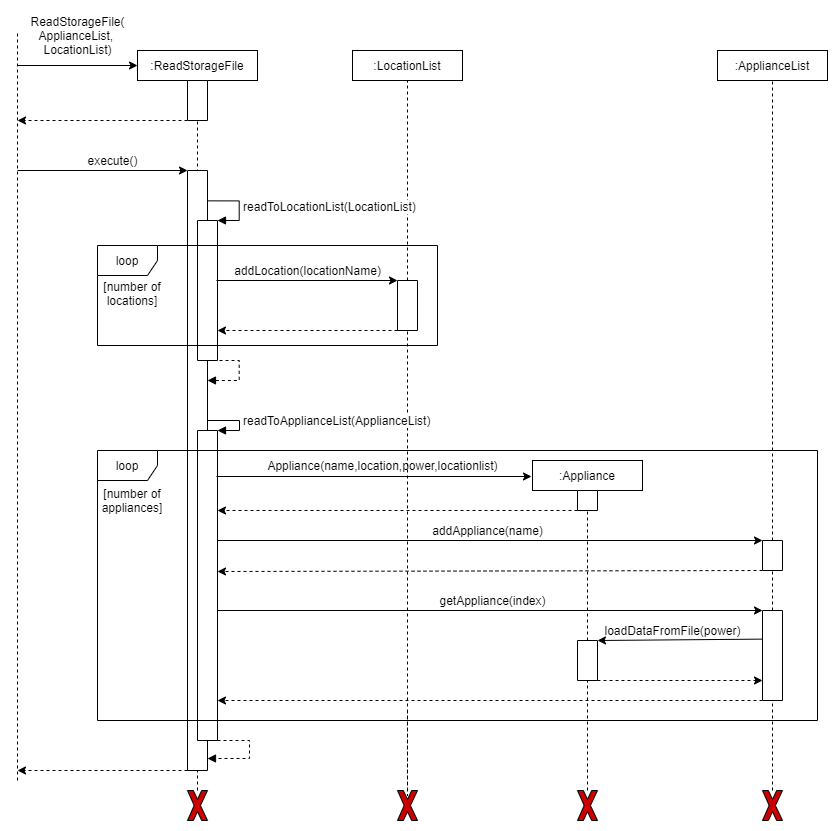
Earlier version of the draw.io export docs/images/diagrams/Sequence_ReadStorageFile.png (nus-cs2113-AY2021S1/tp). Source tidied: cells renumbered, new cells last; positions are measured from the earlier drawing's top-left corner, leaving out a move shared by most shapes. Its diagram source:
```xml
<mxGraphModel>
  <root>
    <mxCell id="0" />
    <mxCell id="1" parent="0" />
    <mxCell id="2" style="endArrow=none;dashed=1;html=1;entryX=1;entryY=0.5;entryDx=0;entryDy=0;" parent="1" edge="1" source="19" target="50">
      <mxGeometry relative="1" as="geometry" />
    </mxCell>
    <mxCell id="3" style="endArrow=none;dashed=1;html=1;entryX=0.5;entryY=1;entryDx=0;entryDy=0;" parent="1" edge="1" source="50" target="4">
      <mxGeometry relative="1" as="geometry" />
    </mxCell>
    <mxCell id="4" value=":ReadStorageFile" style="rounded=0;whiteSpace=wrap;html=1;" parent="1" vertex="1">
      <mxGeometry x="120" y="40" width="120" height="30" as="geometry" />
    </mxCell>
    <mxCell id="5" style="rounded=0;whiteSpace=wrap;html=1;direction=west;" parent="1" vertex="1">
      <mxGeometry x="170" y="160" width="20" height="600" as="geometry" />
    </mxCell>
    <mxCell id="6" style="rounded=0;whiteSpace=wrap;html=1;direction=south;" parent="1" vertex="1">
      <mxGeometry x="180" y="210" width="20" height="140" as="geometry" />
    </mxCell>
    <mxCell id="7" style="rounded=0;whiteSpace=wrap;html=1;direction=south;" parent="1" vertex="1">
      <mxGeometry x="180" y="420" width="20" height="310" as="geometry" />
    </mxCell>
    <mxCell id="8" style="endArrow=classic;html=1;entryX=0;entryY=0.5;entryDx=0;entryDy=0;" parent="1" edge="1" target="4">
      <mxGeometry relative="1" as="geometry">
        <mxPoint y="55" as="sourcePoint" />
      </mxGeometry>
    </mxCell>
    <mxCell id="9" style="endArrow=classic;html=1;dashed=1;exitX=1;exitY=1;exitDx=0;exitDy=0;" parent="1" edge="1" source="50">
      <mxGeometry relative="1" as="geometry">
        <mxPoint y="110" as="targetPoint" />
      </mxGeometry>
    </mxCell>
    <mxCell id="10" style="endArrow=none;dashed=1;html=1;" parent="1" edge="1">
      <mxGeometry relative="1" as="geometry">
        <mxPoint y="770" as="sourcePoint" />
        <mxPoint y="20" as="targetPoint" />
      </mxGeometry>
    </mxCell>
    <mxCell id="11" value="ReadStorageFile(&lt;br&gt;ApplianceList, &lt;br&gt;LocationList)" style="text;html=1;align=center;verticalAlign=middle;" parent="1" vertex="1">
      <mxGeometry x="5" width="110" height="50" as="geometry" />
    </mxCell>
    <mxCell id="12" style="endArrow=classic;html=1;entryX=1;entryY=1;entryDx=0;entryDy=0;" parent="1" edge="1" target="5">
      <mxGeometry relative="1" as="geometry">
        <mxPoint y="160" as="sourcePoint" />
      </mxGeometry>
    </mxCell>
    <mxCell id="13" value="execute()" style="text;html=1;align=center;verticalAlign=middle;" parent="1" vertex="1">
      <mxGeometry x="60" y="140" width="70" height="20" as="geometry" />
    </mxCell>
    <mxCell id="14" style="endArrow=classic;html=1;exitX=1;exitY=0;exitDx=0;exitDy=0;dashed=1;" parent="1" edge="1" source="5">
      <mxGeometry relative="1" as="geometry">
        <mxPoint y="760" as="targetPoint" />
      </mxGeometry>
    </mxCell>
    <mxCell id="15" style="endArrow=classic;html=1;" parent="1" edge="1">
      <mxGeometry relative="1" as="geometry">
        <mxPoint x="199" y="466" as="sourcePoint" />
        <mxPoint x="514" y="466" as="targetPoint" />
      </mxGeometry>
    </mxCell>
    <mxCell id="16" value=":LocationList" style="rounded=0;whiteSpace=wrap;html=1;" parent="1" vertex="1">
      <mxGeometry x="335" y="40" width="110" height="30" as="geometry" />
    </mxCell>
    <mxCell id="17" value=":Appliance" style="rounded=0;whiteSpace=wrap;html=1;" parent="1" vertex="1">
      <mxGeometry x="515" y="450" width="110" height="30" as="geometry" />
    </mxCell>
    <mxCell id="18" style="endArrow=none;dashed=1;html=1;entryX=0.5;entryY=1;entryDx=0;entryDy=0;" parent="1" edge="1" source="23" target="16">
      <mxGeometry relative="1" as="geometry" />
    </mxCell>
    <mxCell id="19" style="verticalLabelPosition=bottom;verticalAlign=top;html=1;shape=mxgraph.basic.x;fillColor=#CC0000;" parent="1" vertex="1">
      <mxGeometry x="170" y="780" width="20" height="30" as="geometry" />
    </mxCell>
    <mxCell id="20" style="verticalLabelPosition=bottom;verticalAlign=top;html=1;shape=mxgraph.basic.x;fillColor=#CC0000;" parent="1" vertex="1">
      <mxGeometry x="380" y="780" width="20" height="30" as="geometry" />
    </mxCell>
    <mxCell id="21" style="endArrow=none;dashed=1;html=1;" parent="1" edge="1">
      <mxGeometry relative="1" as="geometry">
        <mxPoint x="390" y="700" as="sourcePoint" />
        <mxPoint x="390" y="785" as="targetPoint" />
      </mxGeometry>
    </mxCell>
    <mxCell id="22" style="verticalLabelPosition=bottom;verticalAlign=top;html=1;shape=mxgraph.basic.x;fillColor=#CC0000;" parent="1" vertex="1">
      <mxGeometry x="560" y="780" width="20" height="30" as="geometry" />
    </mxCell>
    <mxCell id="23" style="rounded=0;whiteSpace=wrap;html=1;direction=south;" parent="1" vertex="1">
      <mxGeometry x="380" y="270" width="20" height="50" as="geometry" />
    </mxCell>
    <mxCell id="24" style="endArrow=none;dashed=1;html=1;" parent="1" edge="1" source="20" target="23">
      <mxGeometry relative="1" as="geometry" />
    </mxCell>
    <mxCell id="25" style="endArrow=classic;html=1;entryX=0;entryY=1;entryDx=0;entryDy=0;" parent="1" edge="1" target="23">
      <mxGeometry relative="1" as="geometry">
        <mxPoint x="199" y="270" as="sourcePoint" />
      </mxGeometry>
    </mxCell>
    <mxCell id="26" value="addLocation(locationName)" style="text;html=1;align=center;verticalAlign=middle;" parent="1" vertex="1">
      <mxGeometry x="210" y="250" width="160" height="20" as="geometry" />
    </mxCell>
    <mxCell id="27" style="endArrow=classic;html=1;exitX=1;exitY=1;exitDx=0;exitDy=0;dashed=1;" parent="1" edge="1" source="23">
      <mxGeometry relative="1" as="geometry">
        <mxPoint x="200" y="320" as="targetPoint" />
      </mxGeometry>
    </mxCell>
    <mxCell id="28" style="edgeStyle=orthogonalEdgeStyle;rounded=0;orthogonalLoop=1;jettySize=auto;html=1;exitX=0.5;exitY=1;exitDx=0;exitDy=0;dashed=1;" parent="1" edge="1">
      <mxGeometry relative="1" as="geometry">
        <mxPoint x="100" y="270" as="sourcePoint" />
        <mxPoint x="100" y="270" as="targetPoint" />
      </mxGeometry>
    </mxCell>
    <mxCell id="29" style="rounded=0;whiteSpace=wrap;html=1;direction=south;" parent="1" vertex="1">
      <mxGeometry x="560" y="480" width="20" height="20" as="geometry" />
    </mxCell>
    <mxCell id="30" style="endArrow=none;dashed=1;html=1;entryX=0.5;entryY=1;entryDx=0;entryDy=0;" parent="1" edge="1" source="29" target="17">
      <mxGeometry relative="1" as="geometry" />
    </mxCell>
    <mxCell id="31" style="endArrow=none;dashed=1;html=1;entryX=1;entryY=0.5;entryDx=0;entryDy=0;" parent="1" edge="1" source="43" target="29">
      <mxGeometry relative="1" as="geometry" />
    </mxCell>
    <mxCell id="32" value=":ApplianceList" style="rounded=0;whiteSpace=wrap;html=1;" parent="1" vertex="1">
      <mxGeometry x="700" y="40" width="110" height="30" as="geometry" />
    </mxCell>
    <mxCell id="33" style="endArrow=none;dashed=1;html=1;entryX=0.5;entryY=1;entryDx=0;entryDy=0;" parent="1" edge="1" source="34" target="32">
      <mxGeometry relative="1" as="geometry" />
    </mxCell>
    <mxCell id="34" style="rounded=0;whiteSpace=wrap;html=1;direction=south;" parent="1" vertex="1">
      <mxGeometry x="745" y="530" width="20" height="30" as="geometry" />
    </mxCell>
    <mxCell id="35" style="endArrow=none;dashed=1;html=1;entryX=1;entryY=0.5;entryDx=0;entryDy=0;" parent="1" edge="1" source="40" target="34">
      <mxGeometry relative="1" as="geometry" />
    </mxCell>
    <mxCell id="36" style="endArrow=classic;html=1;entryX=0;entryY=1;entryDx=0;entryDy=0;" parent="1" edge="1" target="34">
      <mxGeometry relative="1" as="geometry">
        <mxPoint x="200" y="530" as="sourcePoint" />
      </mxGeometry>
    </mxCell>
    <mxCell id="37" style="endArrow=classic;html=1;exitX=1;exitY=1;exitDx=0;exitDy=0;dashed=1;" parent="1" edge="1" source="34">
      <mxGeometry relative="1" as="geometry">
        <mxPoint x="200" y="561" as="targetPoint" />
      </mxGeometry>
    </mxCell>
    <mxCell id="38" value="addAppliance(name)" style="text;html=1;align=center;verticalAlign=middle;" parent="1" vertex="1">
      <mxGeometry x="405" y="510" width="130" height="20" as="geometry" />
    </mxCell>
    <mxCell id="39" style="verticalLabelPosition=bottom;verticalAlign=top;html=1;shape=mxgraph.basic.x;fillColor=#CC0000;" parent="1" vertex="1">
      <mxGeometry x="745" y="780" width="20" height="30" as="geometry" />
    </mxCell>
    <mxCell id="40" style="rounded=0;whiteSpace=wrap;html=1;direction=south;" parent="1" vertex="1">
      <mxGeometry x="745" y="600" width="20" height="90" as="geometry" />
    </mxCell>
    <mxCell id="41" style="endArrow=none;dashed=1;html=1;entryX=1;entryY=0.5;entryDx=0;entryDy=0;" parent="1" edge="1" source="39" target="40">
      <mxGeometry relative="1" as="geometry" />
    </mxCell>
    <mxCell id="42" style="endArrow=classic;html=1;entryX=0;entryY=1;entryDx=0;entryDy=0;" parent="1" edge="1" target="40">
      <mxGeometry relative="1" as="geometry">
        <mxPoint x="200" y="600" as="sourcePoint" />
      </mxGeometry>
    </mxCell>
    <mxCell id="43" style="rounded=0;whiteSpace=wrap;html=1;direction=south;" parent="1" vertex="1">
      <mxGeometry x="560" y="630" width="20" height="40" as="geometry" />
    </mxCell>
    <mxCell id="44" style="endArrow=none;dashed=1;html=1;entryX=1;entryY=0.5;entryDx=0;entryDy=0;" parent="1" edge="1" source="22" target="43">
      <mxGeometry relative="1" as="geometry" />
    </mxCell>
    <mxCell id="45" style="endArrow=classic;html=1;entryX=0;entryY=0;entryDx=0;entryDy=0;exitX=0.318;exitY=1;exitDx=0;exitDy=0;exitPerimeter=0;" parent="1" edge="1" source="40" target="43">
      <mxGeometry relative="1" as="geometry" />
    </mxCell>
    <mxCell id="46" style="endArrow=classic;html=1;exitX=1;exitY=0;exitDx=0;exitDy=0;dashed=1;" parent="1" edge="1" source="43">
      <mxGeometry relative="1" as="geometry">
        <mxPoint x="745" y="670" as="targetPoint" />
      </mxGeometry>
    </mxCell>
    <mxCell id="47" style="endArrow=classic;html=1;dashed=1;exitX=1;exitY=1;exitDx=0;exitDy=0;" parent="1" edge="1" source="40">
      <mxGeometry relative="1" as="geometry">
        <mxPoint x="200" y="690" as="targetPoint" />
      </mxGeometry>
    </mxCell>
    <mxCell id="48" value="getAppliance(index)" style="text;html=1;align=center;verticalAlign=middle;" parent="1" vertex="1">
      <mxGeometry x="415" y="580" width="120" height="20" as="geometry" />
    </mxCell>
    <mxCell id="49" value="loadDataFromFile(power)" style="text;html=1;align=center;verticalAlign=middle;" parent="1" vertex="1">
      <mxGeometry x="580" y="610" width="150" height="20" as="geometry" />
    </mxCell>
    <mxCell id="50" style="rounded=0;whiteSpace=wrap;html=1;direction=south;" parent="1" vertex="1">
      <mxGeometry x="170" y="70" width="20" height="40" as="geometry" />
    </mxCell>
    <mxCell id="51" value="Appliance(name,location,power,locationlist)" style="text;html=1;align=center;verticalAlign=middle;" parent="1" vertex="1">
      <mxGeometry x="240" y="445" width="250" height="20" as="geometry" />
    </mxCell>
    <mxCell id="52" value="[number of appliances]" style="text;html=1;strokeColor=none;fillColor=none;align=center;verticalAlign=middle;whiteSpace=wrap;rounded=0;" parent="1" vertex="1">
      <mxGeometry x="80" y="480" width="70" height="20" as="geometry" />
    </mxCell>
    <mxCell id="53" value="[number of locations]" style="text;html=1;strokeColor=none;fillColor=none;align=center;verticalAlign=middle;whiteSpace=wrap;rounded=0;" parent="1" vertex="1">
      <mxGeometry x="80" y="270" width="70" height="25" as="geometry" />
    </mxCell>
    <mxCell id="54" style="endArrow=classic;html=1;dashed=1;exitX=1;exitY=1;exitDx=0;exitDy=0;" parent="1" edge="1" source="29">
      <mxGeometry relative="1" as="geometry">
        <mxPoint x="200" y="500" as="targetPoint" />
      </mxGeometry>
    </mxCell>
    <mxCell id="55" value="loop" style="shape=umlFrame;whiteSpace=wrap;html=1;" parent="1" vertex="1">
      <mxGeometry x="80" y="235" width="340" height="100" as="geometry" />
    </mxCell>
    <mxCell id="56" style="edgeStyle=orthogonalEdgeStyle;html=1;align=left;spacingLeft=2;endArrow=block;rounded=0;fontSize=10;fontColor=#000000;exitX=0.952;exitY=0.074;exitDx=0;exitDy=0;exitPerimeter=0;dashed=1;" parent="1" edge="1">
      <mxGeometry relative="1" as="geometry">
        <mxPoint x="190" y="350" as="sourcePoint" />
        <mxPoint x="190" y="370" as="targetPoint" />
        <Array as="points">
          <mxPoint x="221.7" y="349.6" />
          <mxPoint x="221.7" y="369.6" />
        </Array>
      </mxGeometry>
    </mxCell>
    <mxCell id="57" value="&lt;font style=&quot;font-size: 12px&quot;&gt;readToLocationList(LocationList)&lt;/font&gt;" style="edgeStyle=orthogonalEdgeStyle;html=1;align=left;spacingLeft=2;endArrow=block;rounded=0;fontSize=10;fontColor=#000000;exitX=0.952;exitY=0.074;exitDx=0;exitDy=0;exitPerimeter=0;" parent="1" edge="1">
      <mxGeometry relative="1" as="geometry">
        <mxPoint x="190" y="190.4" as="sourcePoint" />
        <mxPoint x="200" y="210" as="targetPoint" />
        <Array as="points">
          <mxPoint x="221.7" y="190" />
          <mxPoint x="221.7" y="210" />
        </Array>
      </mxGeometry>
    </mxCell>
    <mxCell id="58" value="&lt;font style=&quot;font-size: 12px&quot;&gt;readToApplianceList(ApplianceList)&lt;/font&gt;" style="edgeStyle=orthogonalEdgeStyle;html=1;align=left;spacingLeft=2;endArrow=block;rounded=0;fontSize=10;fontColor=#000000;exitX=0.952;exitY=0.074;exitDx=0;exitDy=0;exitPerimeter=0;entryX=0;entryY=0;entryDx=0;entryDy=0;" parent="1" edge="1" target="7">
      <mxGeometry relative="1" as="geometry">
        <mxPoint x="190" y="410" as="sourcePoint" />
        <Array as="points">
          <mxPoint x="222" y="410" />
          <mxPoint x="222" y="420" />
        </Array>
      </mxGeometry>
    </mxCell>
    <mxCell id="59" style="edgeStyle=orthogonalEdgeStyle;html=1;align=left;spacingLeft=2;endArrow=block;rounded=0;fontSize=10;fontColor=#000000;exitX=0.952;exitY=0.074;exitDx=0;exitDy=0;exitPerimeter=0;dashed=1;" parent="1" edge="1">
      <mxGeometry relative="1" as="geometry">
        <mxPoint x="200" y="730" as="sourcePoint" />
        <mxPoint x="190" y="748" as="targetPoint" />
        <Array as="points">
          <mxPoint x="232" y="730" />
          <mxPoint x="232" y="748" />
        </Array>
      </mxGeometry>
    </mxCell>
    <mxCell id="60" value="loop" style="shape=umlFrame;whiteSpace=wrap;html=1;" parent="1" vertex="1">
      <mxGeometry x="80" y="440" width="720" height="270" as="geometry" />
    </mxCell>
  </root>
</mxGraphModel>
```
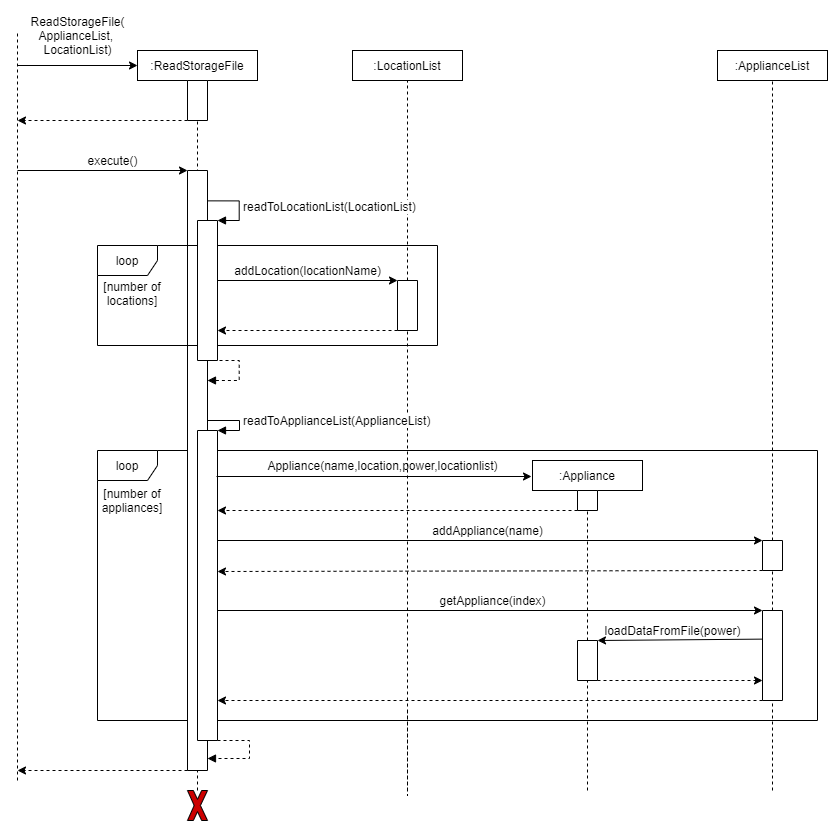
Above is the later version.

Commit message:
AddCommand, DeleteCommand, Storage Files, ResetCommand, UsageCommand updates for DG

Change to the diagram source:
```diff
@@ -2,6 +2,9 @@
   <root>
     <mxCell id="0" />
     <mxCell id="1" parent="0" />
+    <mxCell id="60" value="loop" style="shape=umlFrame;whiteSpace=wrap;html=1;" parent="1" vertex="1">
+      <mxGeometry x="80" y="440" width="720" height="270" as="geometry" />
+    </mxCell>
     <mxCell id="2" style="endArrow=none;dashed=1;html=1;entryX=1;entryY=0.5;entryDx=0;entryDy=0;" parent="1" edge="1" source="19" target="50">
       <mxGeometry relative="1" as="geometry" />
     </mxCell>
@@ -14,9 +17,6 @@
     <mxCell id="5" style="rounded=0;whiteSpace=wrap;html=1;direction=west;" parent="1" vertex="1">
       <mxGeometry x="170" y="160" width="20" height="600" as="geometry" />
     </mxCell>
-    <mxCell id="6" style="rounded=0;whiteSpace=wrap;html=1;direction=south;" parent="1" vertex="1">
-      <mxGeometry x="180" y="210" width="20" height="140" as="geometry" />
-    </mxCell>
     <mxCell id="7" style="rounded=0;whiteSpace=wrap;html=1;direction=south;" parent="1" vertex="1">
       <mxGeometry x="180" y="420" width="20" height="310" as="geometry" />
     </mxCell>
@@ -70,23 +70,19 @@
     <mxCell id="19" style="verticalLabelPosition=bottom;verticalAlign=top;html=1;shape=mxgraph.basic.x;fillColor=#CC0000;" parent="1" vertex="1">
       <mxGeometry x="170" y="780" width="20" height="30" as="geometry" />
     </mxCell>
-    <mxCell id="20" style="verticalLabelPosition=bottom;verticalAlign=top;html=1;shape=mxgraph.basic.x;fillColor=#CC0000;" parent="1" vertex="1">
-      <mxGeometry x="380" y="780" width="20" height="30" as="geometry" />
-    </mxCell>
     <mxCell id="21" style="endArrow=none;dashed=1;html=1;" parent="1" edge="1">
       <mxGeometry relative="1" as="geometry">
         <mxPoint x="390" y="700" as="sourcePoint" />
         <mxPoint x="390" y="785" as="targetPoint" />
       </mxGeometry>
     </mxCell>
-    <mxCell id="22" style="verticalLabelPosition=bottom;verticalAlign=top;html=1;shape=mxgraph.basic.x;fillColor=#CC0000;" parent="1" vertex="1">
-      <mxGeometry x="560" y="780" width="20" height="30" as="geometry" />
-    </mxCell>
     <mxCell id="23" style="rounded=0;whiteSpace=wrap;html=1;direction=south;" parent="1" vertex="1">
       <mxGeometry x="380" y="270" width="20" height="50" as="geometry" />
     </mxCell>
-    <mxCell id="24" style="endArrow=none;dashed=1;html=1;" parent="1" edge="1" source="20" target="23">
-      <mxGeometry relative="1" as="geometry" />
+    <mxCell id="24" style="endArrow=none;dashed=1;html=1;" parent="1" edge="1" target="23">
+      <mxGeometry relative="1" as="geometry">
+        <mxPoint x="390" y="780" as="sourcePoint" />
+      </mxGeometry>
     </mxCell>
     <mxCell id="25" style="endArrow=classic;html=1;entryX=0;entryY=1;entryDx=0;entryDy=0;" parent="1" edge="1" target="23">
       <mxGeometry relative="1" as="geometry">
@@ -141,14 +137,13 @@
     <mxCell id="38" value="addAppliance(name)" style="text;html=1;align=center;verticalAlign=middle;" parent="1" vertex="1">
       <mxGeometry x="405" y="510" width="130" height="20" as="geometry" />
     </mxCell>
-    <mxCell id="39" style="verticalLabelPosition=bottom;verticalAlign=top;html=1;shape=mxgraph.basic.x;fillColor=#CC0000;" parent="1" vertex="1">
-      <mxGeometry x="745" y="780" width="20" height="30" as="geometry" />
-    </mxCell>
     <mxCell id="40" style="rounded=0;whiteSpace=wrap;html=1;direction=south;" parent="1" vertex="1">
       <mxGeometry x="745" y="600" width="20" height="90" as="geometry" />
     </mxCell>
-    <mxCell id="41" style="endArrow=none;dashed=1;html=1;entryX=1;entryY=0.5;entryDx=0;entryDy=0;" parent="1" edge="1" source="39" target="40">
-      <mxGeometry relative="1" as="geometry" />
+    <mxCell id="41" style="endArrow=none;dashed=1;html=1;entryX=1;entryY=0.5;entryDx=0;entryDy=0;" parent="1" edge="1" target="40">
+      <mxGeometry relative="1" as="geometry">
+        <mxPoint x="755" y="780" as="sourcePoint" />
+      </mxGeometry>
     </mxCell>
     <mxCell id="42" style="endArrow=classic;html=1;entryX=0;entryY=1;entryDx=0;entryDy=0;" parent="1" edge="1" target="40">
       <mxGeometry relative="1" as="geometry">
@@ -158,8 +153,10 @@
     <mxCell id="43" style="rounded=0;whiteSpace=wrap;html=1;direction=south;" parent="1" vertex="1">
       <mxGeometry x="560" y="630" width="20" height="40" as="geometry" />
     </mxCell>
-    <mxCell id="44" style="endArrow=none;dashed=1;html=1;entryX=1;entryY=0.5;entryDx=0;entryDy=0;" parent="1" edge="1" source="22" target="43">
-      <mxGeometry relative="1" as="geometry" />
+    <mxCell id="44" style="endArrow=none;dashed=1;html=1;entryX=1;entryY=0.5;entryDx=0;entryDy=0;" parent="1" edge="1" target="43">
+      <mxGeometry relative="1" as="geometry">
+        <mxPoint x="570" y="780" as="sourcePoint" />
+      </mxGeometry>
     </mxCell>
     <mxCell id="45" style="endArrow=classic;html=1;entryX=0;entryY=0;entryDx=0;entryDy=0;exitX=0.318;exitY=1;exitDx=0;exitDy=0;exitPerimeter=0;" parent="1" edge="1" source="40" target="43">
       <mxGeometry relative="1" as="geometry" />
@@ -239,8 +236,8 @@
         </Array>
       </mxGeometry>
     </mxCell>
-    <mxCell id="60" value="loop" style="shape=umlFrame;whiteSpace=wrap;html=1;" parent="1" vertex="1">
-      <mxGeometry x="80" y="440" width="720" height="270" as="geometry" />
-    </mxCell>
+    <mxCell id="6" style="rounded=0;whiteSpace=wrap;html=1;direction=south;" parent="1" vertex="1">
+      <mxGeometry x="180" y="210" width="20" height="140" as="geometry" />
+    </mxCell>
   </root>
 </mxGraphModel>
```
